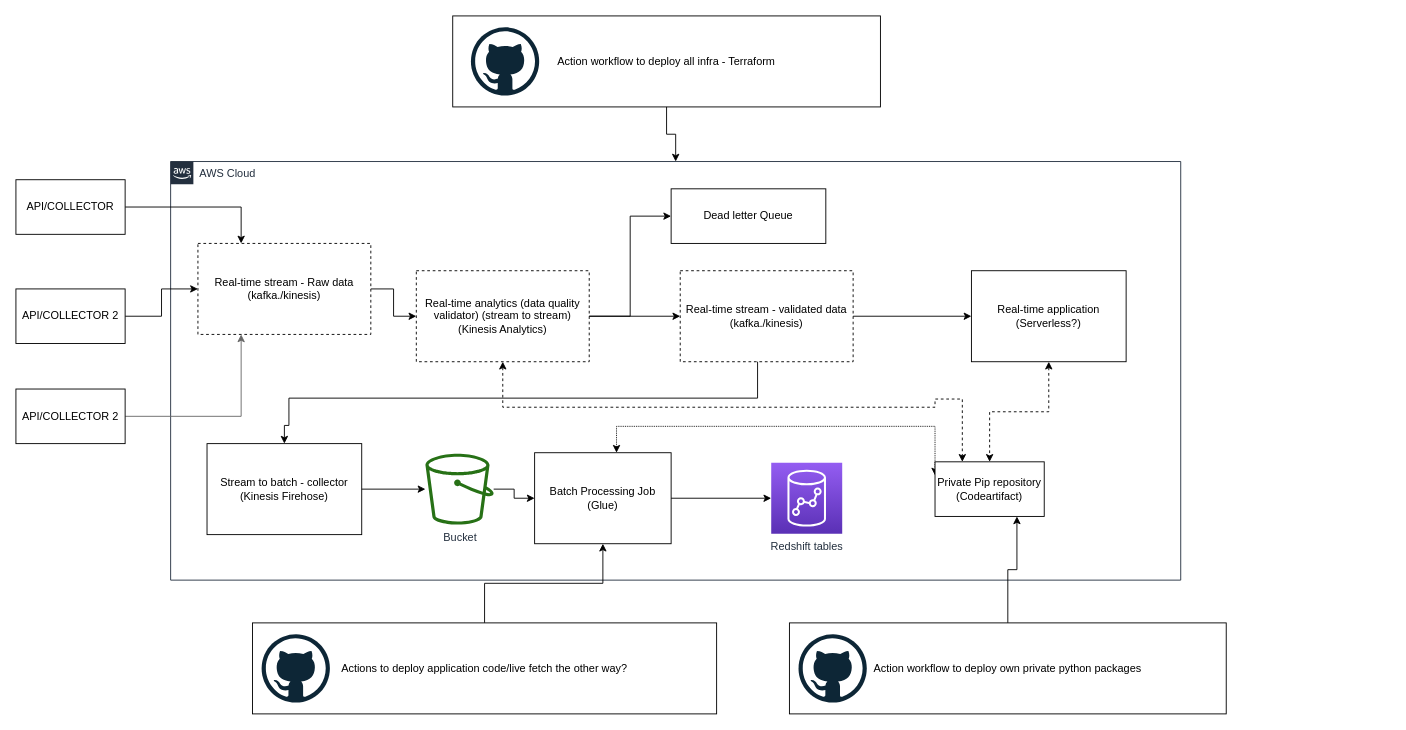
pglagerweij/AWS-demo-project keeps this draw.io diagram as docs/drawio_diagrams/general_idea.drawio. Above is the earlier version. Source tidied: cells renumbered, new cells numbered last; positions are measured from the earlier drawing's top-left corner, leaving out a move shared by most shapes. Both pictures are drawn from the tidied source at 91%, with x=0, y=0 at pixel (15, 15).
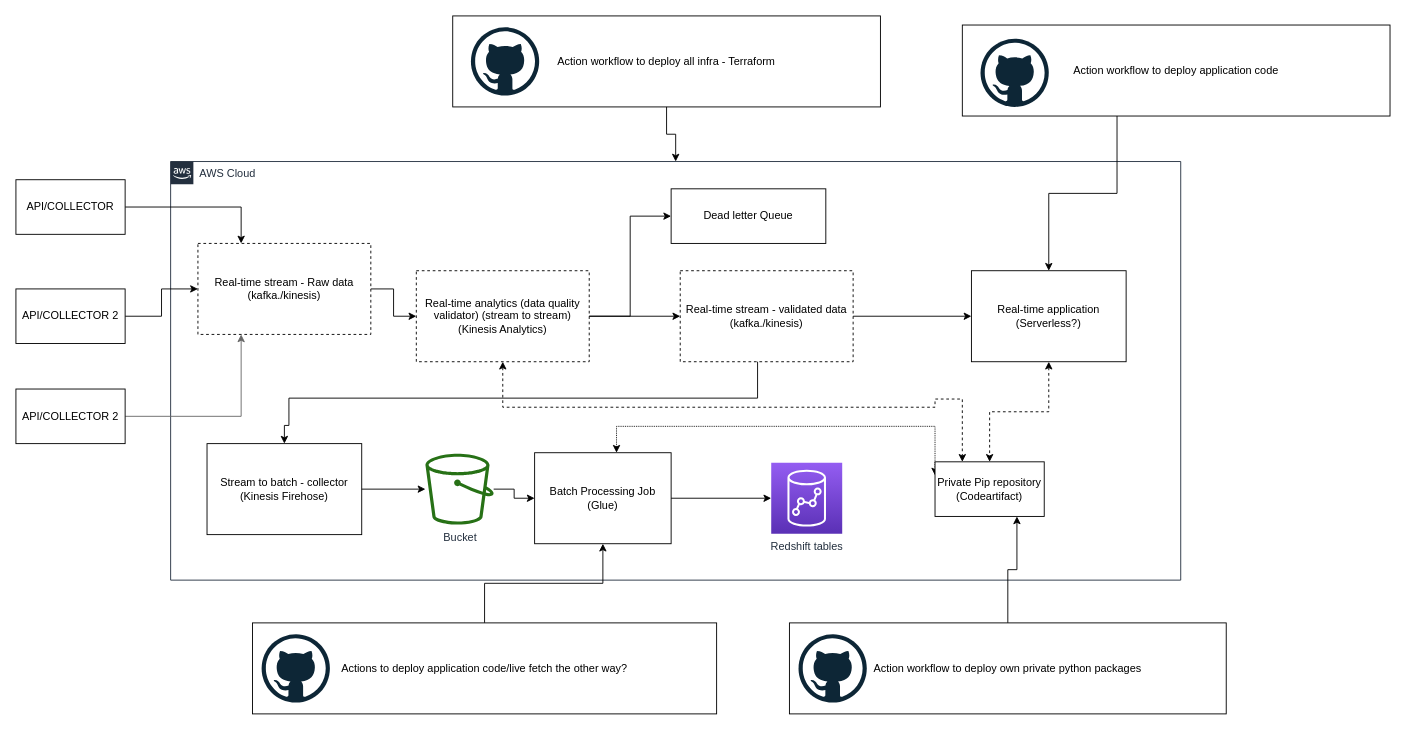
After the change.

The change refers to these unchanged cells:
```xml
<mxCell id="22" value="Real-time application&lt;br&gt;(Serverless?)" style="rounded=0;whiteSpace=wrap;html=1;labelBackgroundColor=none;fillColor=none;" parent="2" vertex="1">
  <mxGeometry x="880" y="120" width="170" height="100" as="geometry" />
</mxCell>
```

What changed in the source:
```diff
@@
+    <mxCell id="39" style="edgeStyle=orthogonalEdgeStyle;rounded=0;jettySize=auto;html=1;entryX=0.5;entryY=0;entryDx=0;entryDy=0;" parent="1" edge="1" source="40" target="22">
+      <mxGeometry relative="1" as="geometry">
+        <Array as="points">
+          <mxPoint x="1210" y="195" />
+          <mxPoint x="1135" y="195" />
+        </Array>
+      </mxGeometry>
+    </mxCell>
+    <mxCell id="40" value="Action workflow to deploy application code" style="rounded=0;whiteSpace=wrap;html=1;" parent="1" vertex="1">
+      <mxGeometry x="1040" y="10" width="470" height="100" as="geometry" />
+    </mxCell>
+    <mxCell id="41" style="dashed=0;html=1;align=center;labelPosition=center;verticalLabelPosition=bottom;verticalAlign=top;shape=mxgraph.weblogos.github;" parent="1" vertex="1">
+      <mxGeometry x="1060" y="25" width="75" height="75" as="geometry" />
+    </mxCell>
```
